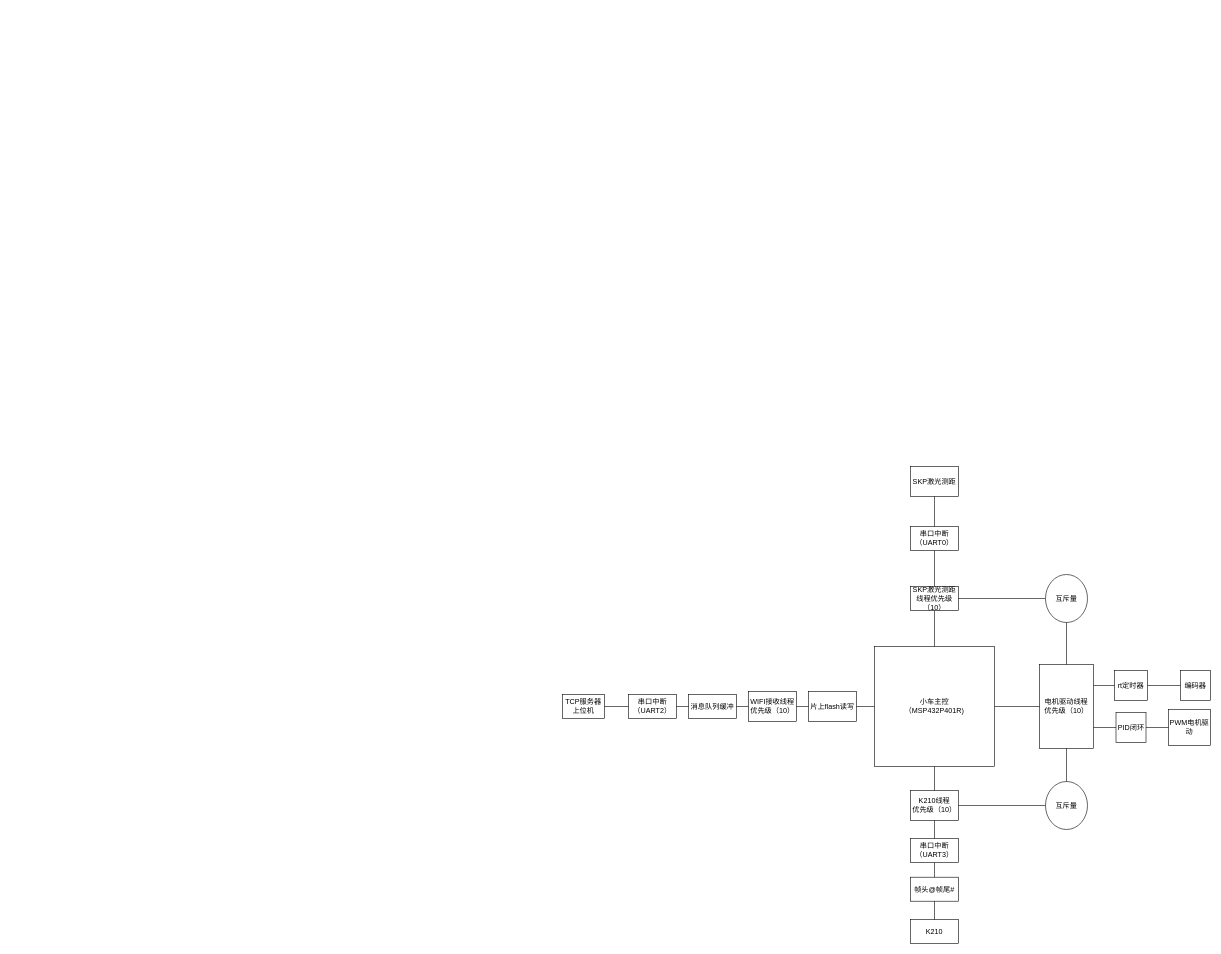
The draw.io diagram 小车软件框架.drawio in Garsad/Intelligent-tracking-car-C52, before the edit. Source tidied: cells renumbered, new cells numbered last; positions are measured from the earlier drawing's top-left corner, leaving out a move shared by most shapes. Both pictures are drawn from the tidied source at 60%, with x=0, y=0 at pixel (562, 466).
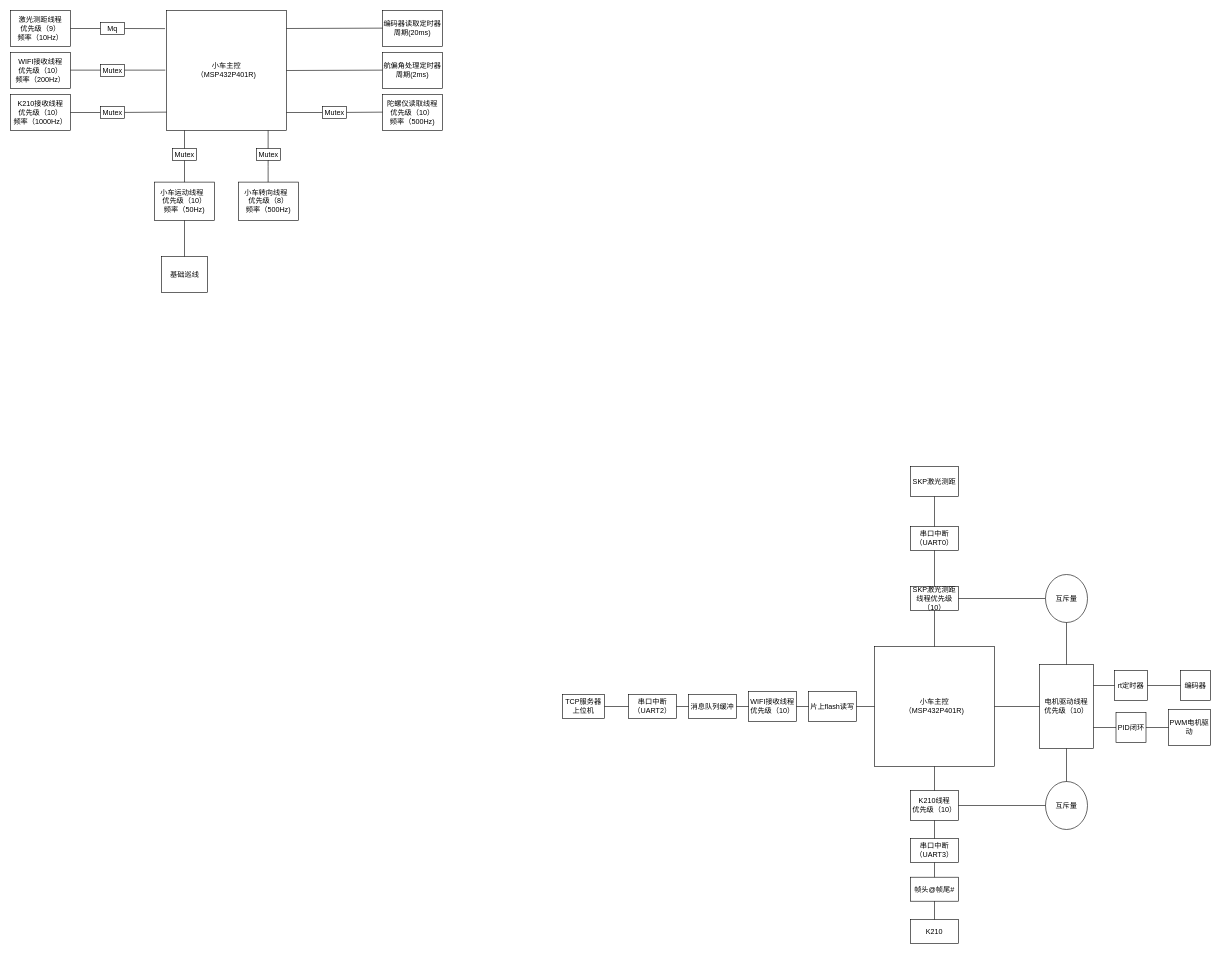
The same page after the edit.

Commit message:
更新小车软件框架.drawio

What changed in the source:
```diff
@@
+    <mxCell id="43" value="小车主控&lt;br&gt;（MSP432P401R)" style="whiteSpace=wrap;html=1;" parent="1" vertex="1">
+      <mxGeometry x="-660" y="-760" width="200" height="200" as="geometry" />
+    </mxCell>
+    <mxCell id="44" value="K210接收线程&lt;br&gt;优先级（10）&lt;br style=&quot;border-color: var(--border-color);&quot;&gt;频率（1000Hz）" style="rounded=0;whiteSpace=wrap;html=1;" parent="1" vertex="1">
+      <mxGeometry x="-920" y="-620" width="100" height="60" as="geometry" />
+    </mxCell>
+    <mxCell id="45" value="小车运动线程&lt;span style=&quot;white-space: pre;&quot;&gt;&#9;&lt;/span&gt;&lt;br&gt;优先级（10）&lt;br&gt;频率（50Hz)" style="rounded=0;whiteSpace=wrap;html=1;" parent="1" vertex="1">
+      <mxGeometry x="-680" y="-474" width="100" height="64" as="geometry" />
+    </mxCell>
+    <mxCell id="46" value="WIFI接收线程&lt;br&gt;优先级（10）&lt;br&gt;频率（200Hz）" style="rounded=0;whiteSpace=wrap;html=1;" parent="1" vertex="1">
+      <mxGeometry x="-920" y="-690" width="100" height="60" as="geometry" />
+    </mxCell>
+    <mxCell id="47" value="陀螺仪读取线程&lt;br&gt;优先级（10）&lt;br style=&quot;border-color: var(--border-color);&quot;&gt;频率（500Hz)" style="rounded=0;whiteSpace=wrap;html=1;" parent="1" vertex="1">
+      <mxGeometry x="-300" y="-620" width="100" height="60" as="geometry" />
+    </mxCell>
+    <mxCell id="48" value="激光测距线程&lt;br&gt;优先级（9）&lt;br style=&quot;border-color: var(--border-color);&quot;&gt;频率（10Hz）" style="rounded=0;whiteSpace=wrap;html=1;" parent="1" vertex="1">
+      <mxGeometry x="-920" y="-760" width="100" height="60" as="geometry" />
+    </mxCell>
+    <mxCell id="49" value="航偏角处理定时器&lt;br&gt;周期(2ms)" style="rounded=0;whiteSpace=wrap;html=1;" parent="1" vertex="1">
+      <mxGeometry x="-300" y="-690" width="100" height="60" as="geometry" />
+    </mxCell>
+    <mxCell id="50" value="编码器读取定时器&lt;br&gt;周期(20ms)" style="rounded=0;whiteSpace=wrap;html=1;" parent="1" vertex="1">
+      <mxGeometry x="-300" y="-760" width="100" height="60" as="geometry" />
+    </mxCell>
+    <mxCell id="51" value="小车转向线程&lt;span style=&quot;white-space: pre;&quot;&gt;&#9;&lt;/span&gt;&lt;br&gt;优先级（8）&lt;br&gt;频率（500Hz)" style="rounded=0;whiteSpace=wrap;html=1;" parent="1" vertex="1">
+      <mxGeometry x="-540" y="-474" width="100" height="64" as="geometry" />
+    </mxCell>
+    <mxCell id="52" style="endArrow=none;html=1;rounded=0;exitX=1;exitY=0.5;exitDx=0;exitDy=0;entryX=-0.012;entryY=0.151;entryDx=0;entryDy=0;entryPerimeter=0;" parent="1" edge="1" source="67" target="43">
+      <mxGeometry relative="1" as="geometry" />
+    </mxCell>
+    <mxCell id="53" style="endArrow=none;html=1;rounded=0;exitX=1;exitY=0.5;exitDx=0;exitDy=0;entryX=-0.012;entryY=0.151;entryDx=0;entryDy=0;entryPerimeter=0;" parent="1" edge="1">
+      <mxGeometry relative="1" as="geometry">
+        <mxPoint x="-820" y="-660.6" as="sourcePoint" />
+        <mxPoint x="-662" y="-660.6" as="targetPoint" />
+      </mxGeometry>
+    </mxCell>
+    <mxCell id="54" style="endArrow=none;html=1;rounded=0;entryX=-0.012;entryY=0.151;entryDx=0;entryDy=0;entryPerimeter=0;" parent="1" edge="1" source="65">
+      <mxGeometry relative="1" as="geometry">
+        <mxPoint x="-660" y="-590.6" as="targetPoint" />
+      </mxGeometry>
+    </mxCell>
+    <mxCell id="55" style="endArrow=none;html=1;rounded=0;exitX=0.5;exitY=0;exitDx=0;exitDy=0;" parent="1" edge="1" source="62">
+      <mxGeometry relative="1" as="geometry">
+        <mxPoint x="-630" y="-560" as="targetPoint" />
+      </mxGeometry>
+    </mxCell>
+    <mxCell id="56" style="endArrow=none;html=1;rounded=0;exitX=0.5;exitY=0;exitDx=0;exitDy=0;" parent="1" edge="1" source="63">
+      <mxGeometry relative="1" as="geometry">
+        <mxPoint x="-490.6" y="-560" as="targetPoint" />
+        <Array as="points">
+          <mxPoint x="-490.6" y="-530" />
+        </Array>
+      </mxGeometry>
+    </mxCell>
+    <mxCell id="57" style="endArrow=none;html=1;rounded=0;entryX=-0.012;entryY=0.151;entryDx=0;entryDy=0;entryPerimeter=0;" parent="1" edge="1" source="69">
+      <mxGeometry relative="1" as="geometry">
+        <mxPoint x="-300" y="-590.6" as="targetPoint" />
+      </mxGeometry>
+    </mxCell>
+    <mxCell id="58" style="endArrow=none;html=1;rounded=0;entryX=-0.012;entryY=0.151;entryDx=0;entryDy=0;entryPerimeter=0;" parent="1" edge="1">
+      <mxGeometry relative="1" as="geometry">
+        <mxPoint x="-460" y="-660" as="sourcePoint" />
+        <mxPoint x="-300" y="-660.6" as="targetPoint" />
+      </mxGeometry>
+    </mxCell>
+    <mxCell id="59" style="endArrow=none;html=1;rounded=0;entryX=-0.012;entryY=0.151;entryDx=0;entryDy=0;entryPerimeter=0;" parent="1" edge="1">
+      <mxGeometry relative="1" as="geometry">
+        <mxPoint x="-460" y="-730" as="sourcePoint" />
+        <mxPoint x="-300" y="-730.6" as="targetPoint" />
+      </mxGeometry>
+    </mxCell>
+    <mxCell id="60" value="Mutex" style="rounded=0;whiteSpace=wrap;html=1;" parent="1" vertex="1">
+      <mxGeometry x="-770" y="-670" width="40" height="20" as="geometry" />
+    </mxCell>
+    <mxCell id="61" style="endArrow=none;html=1;rounded=0;exitX=0.5;exitY=0;exitDx=0;exitDy=0;" parent="1" edge="1" source="45" target="62">
+      <mxGeometry relative="1" as="geometry" />
+    </mxCell>
+    <mxCell id="62" value="Mutex" style="rounded=0;whiteSpace=wrap;html=1;direction=west;" parent="1" vertex="1">
+      <mxGeometry x="-650" y="-530" width="40" height="20" as="geometry" />
+    </mxCell>
+    <mxCell id="63" value="Mutex" style="rounded=0;whiteSpace=wrap;html=1;direction=west;" parent="1" vertex="1">
+      <mxGeometry x="-510" y="-530" width="40" height="20" as="geometry" />
+    </mxCell>
+    <mxCell id="64" style="endArrow=none;html=1;rounded=0;entryX=0;entryY=0.5;entryDx=0;entryDy=0;" parent="1" edge="1" target="65">
+      <mxGeometry relative="1" as="geometry">
+        <mxPoint x="-820" y="-590" as="sourcePoint" />
+      </mxGeometry>
+    </mxCell>
+    <mxCell id="65" value="Mutex" style="rounded=0;whiteSpace=wrap;html=1;" parent="1" vertex="1">
+      <mxGeometry x="-770" y="-600" width="40" height="20" as="geometry" />
+    </mxCell>
+    <mxCell id="66" style="endArrow=none;html=1;rounded=0;exitX=1;exitY=0.5;exitDx=0;exitDy=0;entryX=0;entryY=0.5;entryDx=0;entryDy=0;" parent="1" edge="1" source="48" target="67">
+      <mxGeometry relative="1" as="geometry" />
+    </mxCell>
+    <mxCell id="67" value="Mq" style="rounded=0;whiteSpace=wrap;html=1;" parent="1" vertex="1">
+      <mxGeometry x="-770" y="-740" width="40" height="20" as="geometry" />
+    </mxCell>
+    <mxCell id="68" style="endArrow=none;html=1;rounded=0;entryX=0;entryY=0.5;entryDx=0;entryDy=0;" parent="1" edge="1" target="69">
+      <mxGeometry relative="1" as="geometry">
+        <mxPoint x="-460" y="-590" as="sourcePoint" />
+      </mxGeometry>
+    </mxCell>
+    <mxCell id="69" value="Mutex" style="rounded=0;whiteSpace=wrap;html=1;" parent="1" vertex="1">
+      <mxGeometry x="-400" y="-600" width="40" height="20" as="geometry" />
+    </mxCell>
+    <mxCell id="70" style="endArrow=none;html=1;rounded=0;exitX=0.5;exitY=0;exitDx=0;exitDy=0;" parent="1" edge="1">
+      <mxGeometry relative="1" as="geometry">
+        <mxPoint x="-490.6" y="-474" as="sourcePoint" />
+        <mxPoint x="-490.6" y="-510" as="targetPoint" />
+        <Array as="points">
+          <mxPoint x="-490.6" y="-500" />
+        </Array>
+      </mxGeometry>
+    </mxCell>
+    <mxCell id="71" value="基础巡线" style="rounded=0;whiteSpace=wrap;html=1;" parent="1" vertex="1">
+      <mxGeometry x="-668.5" y="-350" width="77" height="60" as="geometry" />
+    </mxCell>
+    <mxCell id="72" style="endArrow=none;html=1;rounded=0;exitX=0.5;exitY=0;exitDx=0;exitDy=0;" parent="1" edge="1" source="71">
+      <mxGeometry relative="1" as="geometry">
+        <mxPoint x="-630" y="-410" as="targetPoint" />
+      </mxGeometry>
+    </mxCell>
```
